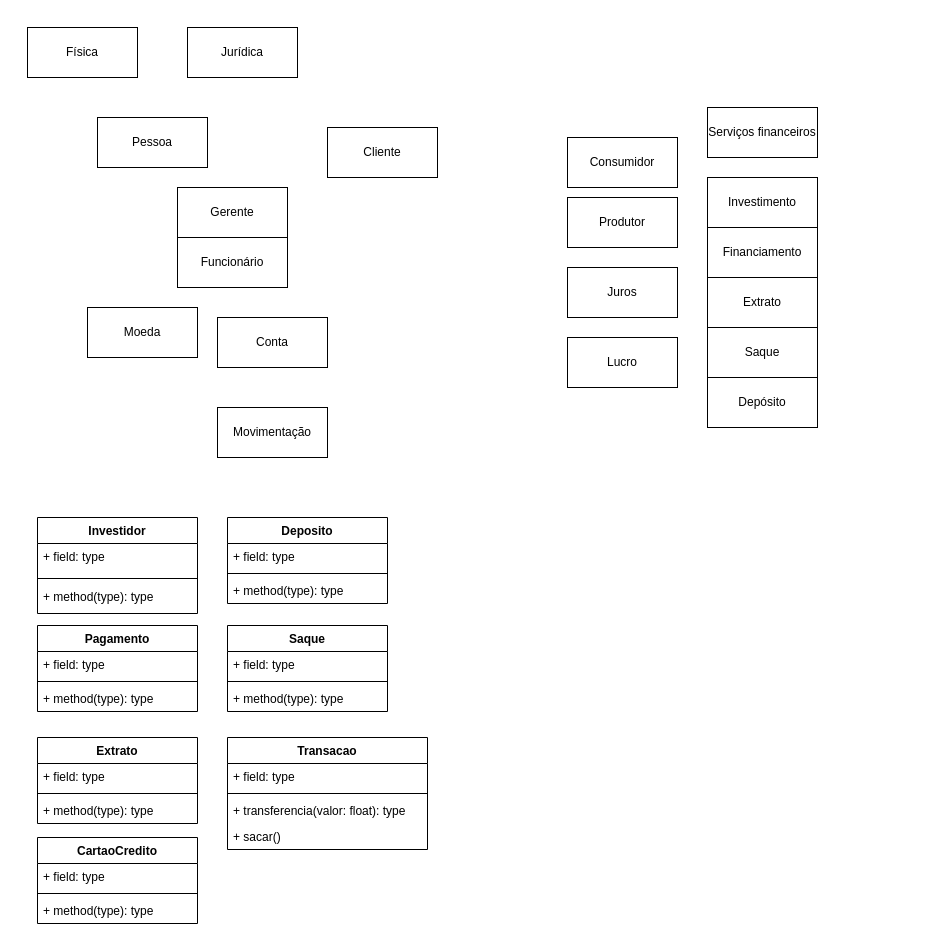
Above: page "Objetos" (3 of 3) of docs/diagramas/Classes.drawio in liliankelian/ON36-IJS-KLBank (draw.io), before the change. Source tidied: cells renumbered, new cells numbered last; positions are measured from the earlier drawing's top-left corner, leaving out a move shared by most shapes. Both pictures are drawn from the tidied source at 100%, with x=0, y=0 at pixel (27, 27).
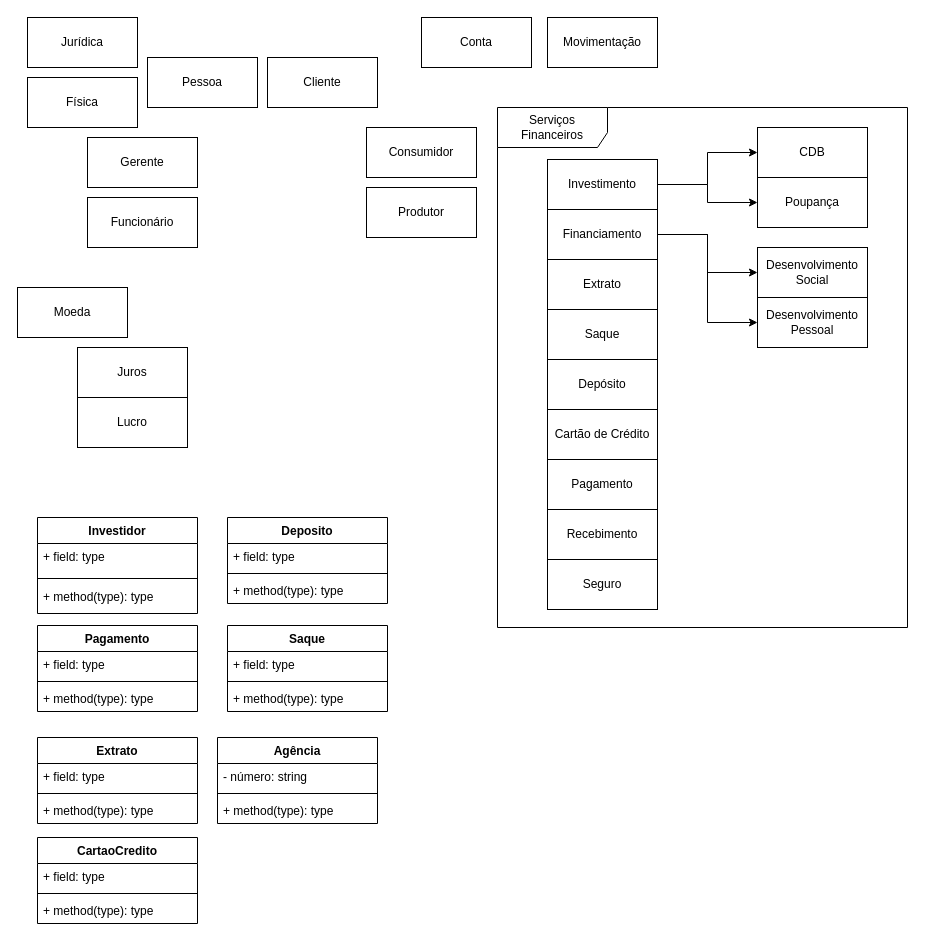
The same diagram, later.

The edit, as a diff of the source:
```diff
@@
     <mxCell id="2" value="Cliente" style="html=1;whiteSpace=wrap;" parent="1" vertex="1">
-      <mxGeometry x="300" y="100" width="110" height="50" as="geometry" />
+      <mxGeometry x="240" y="30" width="110" height="50" as="geometry" />
     </mxCell>
     <mxCell id="3" value="Conta" style="html=1;whiteSpace=wrap;" parent="1" vertex="1">
-      <mxGeometry x="190" y="290" width="110" height="50" as="geometry" />
+      <mxGeometry x="394" y="-10" width="110" height="50" as="geometry" />
     </mxCell>
     <mxCell id="4" value="Pessoa" style="html=1;whiteSpace=wrap;" parent="1" vertex="1">
-      <mxGeometry x="70" y="90" width="110" height="50" as="geometry" />
+      <mxGeometry x="120" y="30" width="110" height="50" as="geometry" />
     </mxCell>
     <mxCell id="5" value="Moeda" style="html=1;whiteSpace=wrap;" parent="1" vertex="1">
-      <mxGeometry x="60" y="280" width="110" height="50" as="geometry" />
+      <mxGeometry x="-10" y="260" width="110" height="50" as="geometry" />
     </mxCell>
     <mxCell id="6" value="Movimentação" style="html=1;whiteSpace=wrap;" parent="1" vertex="1">
-      <mxGeometry x="190" y="380" width="110" height="50" as="geometry" />
+      <mxGeometry x="520" y="-10" width="110" height="50" as="geometry" />
     </mxCell>
     <mxCell id="7" value="Gerente" style="html=1;whiteSpace=wrap;" parent="1" vertex="1">
-      <mxGeometry x="150" y="160" width="110" height="50" as="geometry" />
+      <mxGeometry x="60" y="110" width="110" height="50" as="geometry" />
     </mxCell>
     <mxCell id="8" value="Funcionário" style="html=1;whiteSpace=wrap;" parent="1" vertex="1">
-      <mxGeometry x="150" y="210" width="110" height="50" as="geometry" />
+      <mxGeometry x="60" y="170" width="110" height="50" as="geometry" />
     </mxCell>
-    <mxCell id="9" value="Financiamento" style="html=1;whiteSpace=wrap;" parent="1" vertex="1">
-      <mxGeometry x="680" y="200" width="110" height="50" as="geometry" />
-    </mxCell>
-    <mxCell id="10" value="Investimento" style="html=1;whiteSpace=wrap;" parent="1" vertex="1">
-      <mxGeometry x="680" y="150" width="110" height="50" as="geometry" />
-    </mxCell>
-    <mxCell id="11" value="Serviços financeiros" style="html=1;whiteSpace=wrap;" parent="1" vertex="1">
-      <mxGeometry x="680" y="80" width="110" height="50" as="geometry" />
-    </mxCell>
     <mxCell id="12" value="Juros" style="html=1;whiteSpace=wrap;" parent="1" vertex="1">
-      <mxGeometry x="540" y="240" width="110" height="50" as="geometry" />
+      <mxGeometry x="50" y="320" width="110" height="50" as="geometry" />
     </mxCell>
     <mxCell id="13" value="Lucro" style="html=1;whiteSpace=wrap;" parent="1" vertex="1">
-      <mxGeometry x="540" y="310" width="110" height="50" as="geometry" />
+      <mxGeometry x="50" y="370" width="110" height="50" as="geometry" />
     </mxCell>
-    <mxCell id="14" value="Depósito" style="html=1;whiteSpace=wrap;" parent="1" vertex="1">
-      <mxGeometry x="680" y="350" width="110" height="50" as="geometry" />
-    </mxCell>
-    <mxCell id="15" value="Saque" style="html=1;whiteSpace=wrap;" parent="1" vertex="1">
-      <mxGeometry x="680" y="300" width="110" height="50" as="geometry" />
-    </mxCell>
-    <mxCell id="16" value="Extrato" style="html=1;whiteSpace=wrap;" parent="1" vertex="1">
-      <mxGeometry x="680" y="250" width="110" height="50" as="geometry" />
-    </mxCell>
     <mxCell id="17" value="Produtor" style="html=1;whiteSpace=wrap;" parent="1" vertex="1">
-      <mxGeometry x="540" y="170" width="110" height="50" as="geometry" />
+      <mxGeometry x="339" y="160" width="110" height="50" as="geometry" />
     </mxCell>
     <mxCell id="18" value="Consumidor" style="html=1;whiteSpace=wrap;" parent="1" vertex="1">
-      <mxGeometry x="540" y="110" width="110" height="50" as="geometry" />
+      <mxGeometry x="339" y="100" width="110" height="50" as="geometry" />
     </mxCell>
     <mxCell id="19" value="Física" style="html=1;whiteSpace=wrap;" parent="1" vertex="1">
-      <mxGeometry width="110" height="50" as="geometry" />
+      <mxGeometry y="50" width="110" height="50" as="geometry" />
     </mxCell>
     <mxCell id="20" value="Jurídica" style="html=1;whiteSpace=wrap;" parent="1" vertex="1">
-      <mxGeometry x="160" width="110" height="50" as="geometry" />
+      <mxGeometry y="-10" width="110" height="50" as="geometry" />
     </mxCell>
@@
-    <mxCell id="45" value="Transacao" style="swimlane;fontStyle=1;align=center;verticalAlign=top;horizontal=1;startSize=26;whiteSpace=wrap;html=1;" parent="1" vertex="1">
-      <mxGeometry x="200" y="710" width="200" height="112" as="geometry" />
-    </mxCell>
-    <mxCell id="46" value="+ field: type" style="text;strokeColor=none;fillColor=none;align=left;verticalAlign=top;spacingLeft=4;spacingRight=4;overflow=hidden;whiteSpace=wrap;html=1;" parent="45" vertex="1">
-      <mxGeometry y="26" width="200" height="26" as="geometry" />
-    </mxCell>
-    <mxCell id="47" style="line;strokeWidth=1;fillColor=none;align=left;verticalAlign=middle;spacingTop=-1;spacingLeft=3;spacingRight=3;labelPosition=right;strokeColor=inherit;" parent="45" vertex="1">
-      <mxGeometry y="52" width="200" height="8" as="geometry" />
-    </mxCell>
-    <mxCell id="48" value="+ transferencia(valor: float): type" style="text;strokeColor=none;fillColor=none;align=left;verticalAlign=top;spacingLeft=4;spacingRight=4;overflow=hidden;whiteSpace=wrap;html=1;" parent="45" vertex="1">
-      <mxGeometry y="60" width="200" height="26" as="geometry" />
-    </mxCell>
-    <mxCell id="49" value="+ sacar()" style="text;strokeColor=none;fillColor=none;align=left;verticalAlign=top;spacingLeft=4;spacingRight=4;overflow=hidden;whiteSpace=wrap;html=1;" parent="45" vertex="1">
-      <mxGeometry y="86" width="200" height="26" as="geometry" />
-    </mxCell>
+    <mxCell id="50" value="Agência" style="swimlane;fontStyle=1;align=center;verticalAlign=top;horizontal=1;startSize=26;whiteSpace=wrap;html=1;" parent="1" vertex="1">
+      <mxGeometry x="190" y="710" width="160" height="86" as="geometry" />
+    </mxCell>
+    <mxCell id="51" value="- número: string" style="text;strokeColor=none;fillColor=none;align=left;verticalAlign=top;spacingLeft=4;spacingRight=4;overflow=hidden;whiteSpace=wrap;html=1;" parent="50" vertex="1">
+      <mxGeometry y="26" width="160" height="26" as="geometry" />
+    </mxCell>
+    <mxCell id="52" style="line;strokeWidth=1;fillColor=none;align=left;verticalAlign=middle;spacingTop=-1;spacingLeft=3;spacingRight=3;labelPosition=right;strokeColor=inherit;" parent="50" vertex="1">
+      <mxGeometry y="52" width="160" height="8" as="geometry" />
+    </mxCell>
+    <mxCell id="53" value="+ method(type): type" style="text;strokeColor=none;fillColor=none;align=left;verticalAlign=top;spacingLeft=4;spacingRight=4;overflow=hidden;whiteSpace=wrap;html=1;" parent="50" vertex="1">
+      <mxGeometry y="60" width="160" height="26" as="geometry" />
+    </mxCell>
+    <mxCell id="54" style="edgeStyle=orthogonalEdgeStyle;rounded=0;jettySize=auto;html=1;" parent="1" edge="1" source="9" target="60">
+      <mxGeometry relative="1" as="geometry" />
+    </mxCell>
+    <mxCell id="55" style="edgeStyle=orthogonalEdgeStyle;rounded=0;jettySize=auto;html=1;entryX=0;entryY=0.5;entryDx=0;entryDy=0;" parent="1" edge="1" source="9" target="61">
+      <mxGeometry relative="1" as="geometry" />
+    </mxCell>
+    <mxCell id="56" style="edgeStyle=orthogonalEdgeStyle;rounded=0;jettySize=auto;html=1;" parent="1" edge="1" source="10" target="58">
+      <mxGeometry relative="1" as="geometry" />
+    </mxCell>
+    <mxCell id="57" style="edgeStyle=orthogonalEdgeStyle;rounded=0;jettySize=auto;html=1;" parent="1" edge="1" source="10" target="59">
+      <mxGeometry relative="1" as="geometry" />
+    </mxCell>
+    <mxCell id="58" value="CDB" style="html=1;whiteSpace=wrap;" parent="1" vertex="1">
+      <mxGeometry x="730" y="100" width="110" height="50" as="geometry" />
+    </mxCell>
+    <mxCell id="59" value="Poupança" style="html=1;whiteSpace=wrap;" parent="1" vertex="1">
+      <mxGeometry x="730" y="150" width="110" height="50" as="geometry" />
+    </mxCell>
+    <mxCell id="60" value="Desenvolvimento Social" style="html=1;whiteSpace=wrap;" parent="1" vertex="1">
+      <mxGeometry x="730" y="220" width="110" height="50" as="geometry" />
+    </mxCell>
+    <mxCell id="61" value="Desenvolvimento Pessoal" style="html=1;whiteSpace=wrap;" parent="1" vertex="1">
+      <mxGeometry x="730" y="270" width="110" height="50" as="geometry" />
+    </mxCell>
+    <mxCell id="62" value="Serviços Financeiros" style="shape=umlFrame;whiteSpace=wrap;html=1;width=110;height=40;" parent="1" vertex="1">
+      <mxGeometry x="470" y="80" width="410" height="520" as="geometry" />
+    </mxCell>
+    <mxCell id="9" value="Financiamento" style="html=1;whiteSpace=wrap;" parent="1" vertex="1">
+      <mxGeometry x="520" y="182" width="110" height="50" as="geometry" />
+    </mxCell>
+    <mxCell id="10" value="Investimento" style="html=1;whiteSpace=wrap;" parent="1" vertex="1">
+      <mxGeometry x="520" y="132" width="110" height="50" as="geometry" />
+    </mxCell>
+    <mxCell id="14" value="Depósito" style="html=1;whiteSpace=wrap;" parent="1" vertex="1">
+      <mxGeometry x="520" y="332" width="110" height="50" as="geometry" />
+    </mxCell>
+    <mxCell id="15" value="Saque" style="html=1;whiteSpace=wrap;" parent="1" vertex="1">
+      <mxGeometry x="520" y="282" width="110" height="50" as="geometry" />
+    </mxCell>
+    <mxCell id="16" value="Extrato" style="html=1;whiteSpace=wrap;" parent="1" vertex="1">
+      <mxGeometry x="520" y="232" width="110" height="50" as="geometry" />
+    </mxCell>
+    <mxCell id="63" value="Cartão de Crédito" style="html=1;whiteSpace=wrap;" parent="1" vertex="1">
+      <mxGeometry x="520" y="382" width="110" height="50" as="geometry" />
+    </mxCell>
+    <mxCell id="64" value="Pagamento" style="html=1;whiteSpace=wrap;" parent="1" vertex="1">
+      <mxGeometry x="520" y="432" width="110" height="50" as="geometry" />
+    </mxCell>
+    <mxCell id="65" value="Recebimento" style="html=1;whiteSpace=wrap;" parent="1" vertex="1">
+      <mxGeometry x="520" y="482" width="110" height="50" as="geometry" />
+    </mxCell>
+    <mxCell id="66" value="Seguro" style="html=1;whiteSpace=wrap;" parent="1" vertex="1">
+      <mxGeometry x="520" y="532" width="110" height="50" as="geometry" />
+    </mxCell>
```
